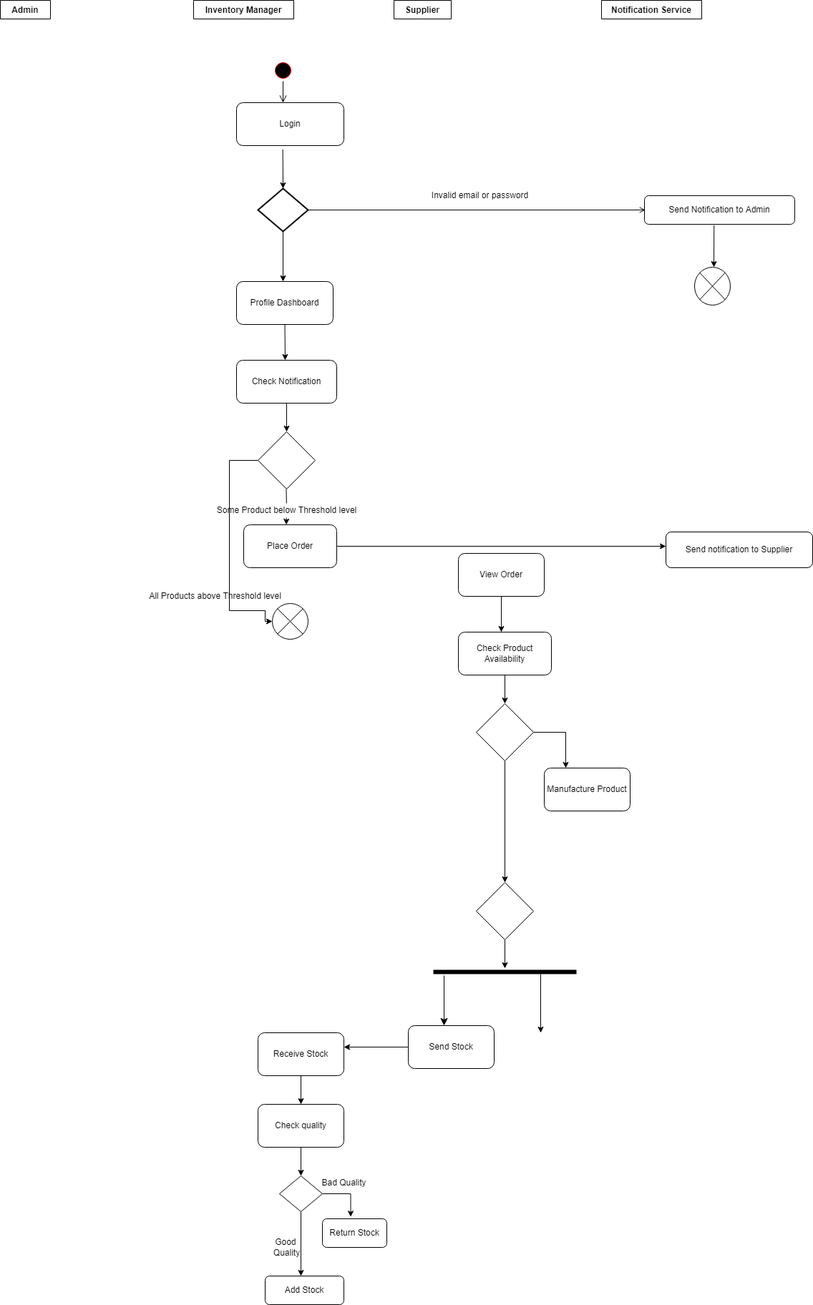
Earlier version of the draw.io export Activity Diagram for Inventory Management System.drawio.png (hrk-berserker27/hrk-berserker27). Source tidied: cells renumbered, new cells last; positions are measured from the earlier drawing's top-left corner, leaving out a move shared by most shapes.
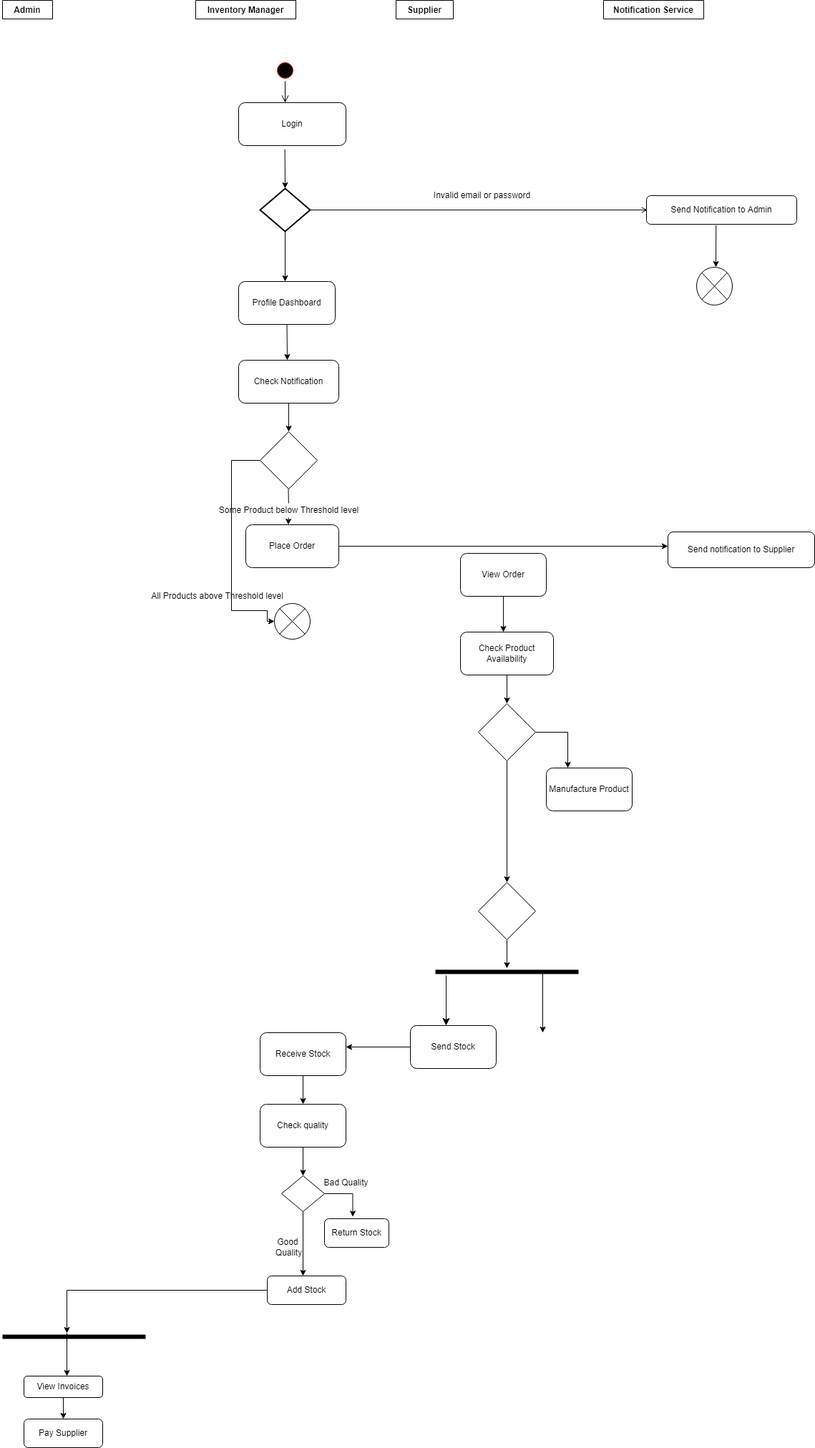
After the change.

The edit, as a diff of the source:
```diff
@@ -218,5 +218,29 @@
     <mxCell id="57" value="Good&amp;nbsp;&lt;br&gt;Quality" style="text;html=1;align=center;verticalAlign=middle;fillColor=none;strokeColor=none;rounded=0;" parent="1" vertex="1">
       <mxGeometry x="375" y="1728" width="50" height="30" as="geometry" />
     </mxCell>
+    <mxCell id="58" style="endArrow=classic;html=1;rounded=0;strokeColor=#000000;exitX=0;exitY=0.5;exitDx=0;exitDy=0;edgeStyle=orthogonalEdgeStyle;" parent="1" edge="1" source="55">
+      <mxGeometry relative="1" as="geometry">
+        <mxPoint x="90" y="1863" as="targetPoint" />
+      </mxGeometry>
+    </mxCell>
+    <mxCell id="59" style="shape=line;html=1;strokeWidth=6;strokeColor=#000000;" parent="1" vertex="1">
+      <mxGeometry y="1863" width="200" height="10" as="geometry" />
+    </mxCell>
+    <mxCell id="60" style="endArrow=classic;html=1;rounded=0;strokeColor=#000000;exitX=0.45;exitY=0;exitDx=0;exitDy=0;exitPerimeter=0;" parent="1" edge="1" source="59">
+      <mxGeometry relative="1" as="geometry">
+        <mxPoint x="90" y="1923" as="targetPoint" />
+      </mxGeometry>
+    </mxCell>
+    <mxCell id="61" value="View Invoices" style="rounded=1;whiteSpace=wrap;html=1;strokeColor=#000000;" parent="1" vertex="1">
+      <mxGeometry x="30" y="1923" width="110" height="30" as="geometry" />
+    </mxCell>
+    <mxCell id="62" style="endArrow=classic;html=1;rounded=0;strokeColor=#000000;exitX=0.5;exitY=1;exitDx=0;exitDy=0;" parent="1" edge="1" source="61">
+      <mxGeometry relative="1" as="geometry">
+        <mxPoint x="85" y="1983" as="targetPoint" />
+      </mxGeometry>
+    </mxCell>
+    <mxCell id="63" value="Pay Supplier" style="rounded=1;whiteSpace=wrap;html=1;strokeColor=#000000;" parent="1" vertex="1">
+      <mxGeometry x="30" y="1983" width="110" height="40" as="geometry" />
+    </mxCell>
   </root>
 </mxGraphModel>
```
